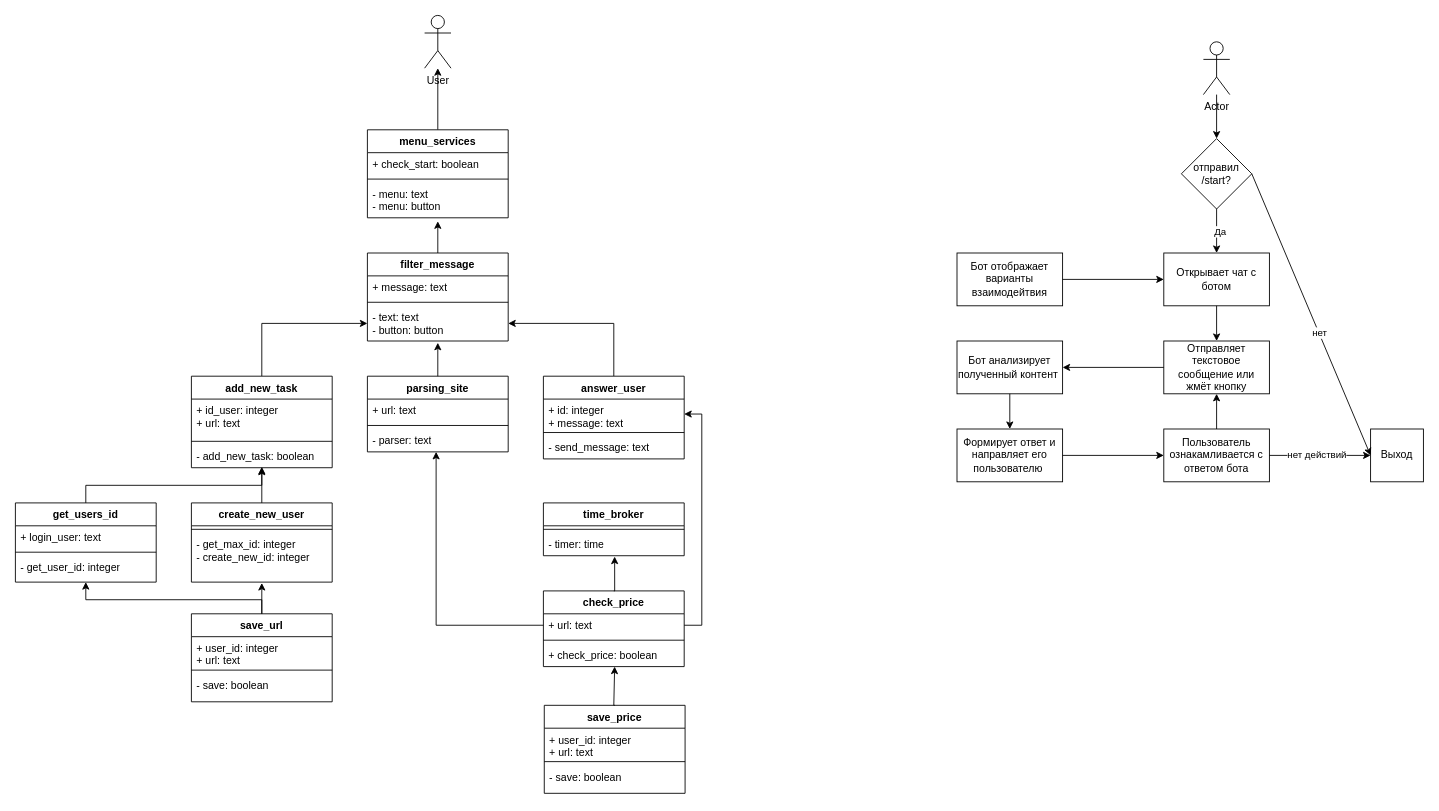
Above: UML_Telegram_001.drawio in Arnoldig/Coursemc_final_work (draw.io), before the change. Source tidied: cells renumbered, new cells numbered last; positions are measured from the earlier drawing's top-left corner, leaving out a move shared by most shapes. Both pictures are drawn from the tidied source at 88%, with x=0, y=0 at pixel (15, 15).
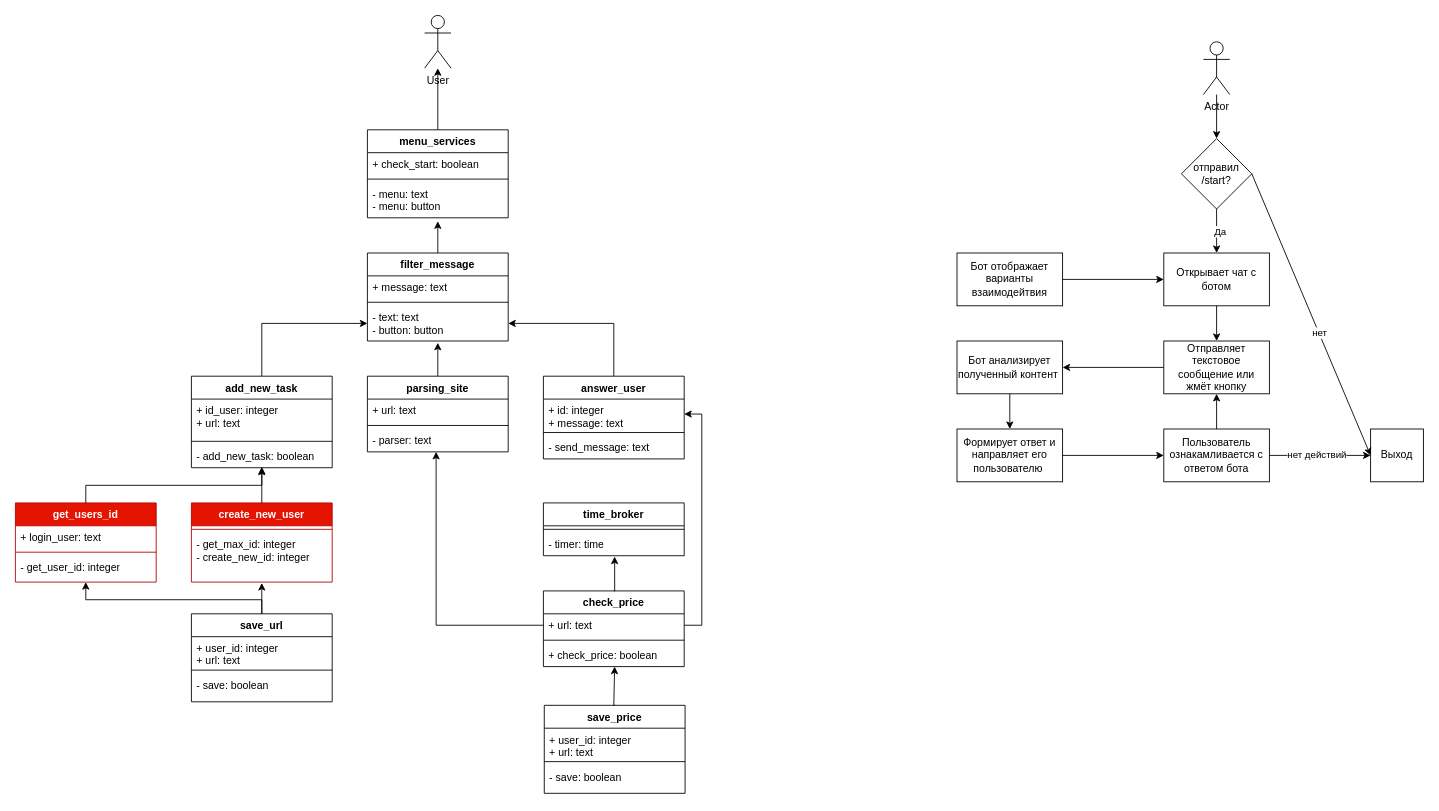
After the change.

What changed in the source:
```diff
@@
-    <mxCell id="42" value="create_new_user" style="swimlane;fontStyle=1;align=center;verticalAlign=top;horizontal=1;startSize=26;whiteSpace=wrap;html=1;" parent="1" vertex="1">
+    <mxCell id="42" value="create_new_user" style="swimlane;fontStyle=1;align=center;verticalAlign=top;horizontal=1;startSize=26;whiteSpace=wrap;html=1;fillColor=#e51400;fontColor=#ffffff;strokeColor=#B20000;" parent="1" vertex="1">
       <mxGeometry x="200" y="554" width="160" height="90" as="geometry" />
     </mxCell>
@@
-    <mxCell id="45" value="get_users_id" style="swimlane;fontStyle=1;align=center;verticalAlign=top;horizontal=1;startSize=26;whiteSpace=wrap;html=1;" parent="1" vertex="1">
+    <mxCell id="45" value="get_users_id" style="swimlane;fontStyle=1;align=center;verticalAlign=top;horizontal=1;startSize=26;whiteSpace=wrap;html=1;fillColor=#e51400;strokeColor=#B20000;fontColor=#ffffff;" parent="1" vertex="1">
       <mxGeometry y="554" width="160" height="90" as="geometry" />
     </mxCell>
```
